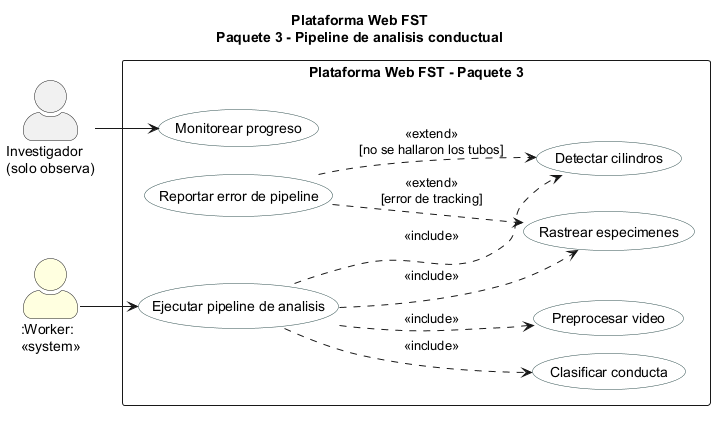
This is figures/mermaid/cu_paquete3.png from ErickJester/fst-ai-system-latex, a PlantUML export, as it was before one commit.
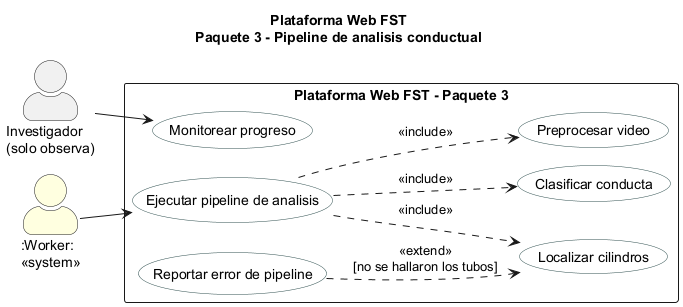
After the commit.

Diff of the diagram source:
```diff
@@ -13,8 +13,7 @@
 rectangle "Plataforma Web FST - Paquete 3" {
   usecase "Ejecutar pipeline de analisis" as UC30
   usecase "Preprocesar video" as UC31
-  usecase "Detectar cilindros" as UC32
-  usecase "Rastrear especimenes" as UC33
+  usecase "Localizar cilindros" as UC32
   usecase "Clasificar conducta" as UC34
   usecase "Monitorear progreso" as UC35
   usecase "Reportar error de pipeline" as UC36
@@ -23,8 +22,6 @@
 INV --> UC35
 UC30 ..> UC31 : <<include>>
 UC30 ..> UC32 : <<include>>
-UC30 ..> UC33 : <<include>>
 UC30 ..> UC34 : <<include>>
 UC36 ..> UC32 : <<extend>>\n[no se hallaron los tubos]
-UC36 ..> UC33 : <<extend>>\n[error de tracking]
 @enduml
```
